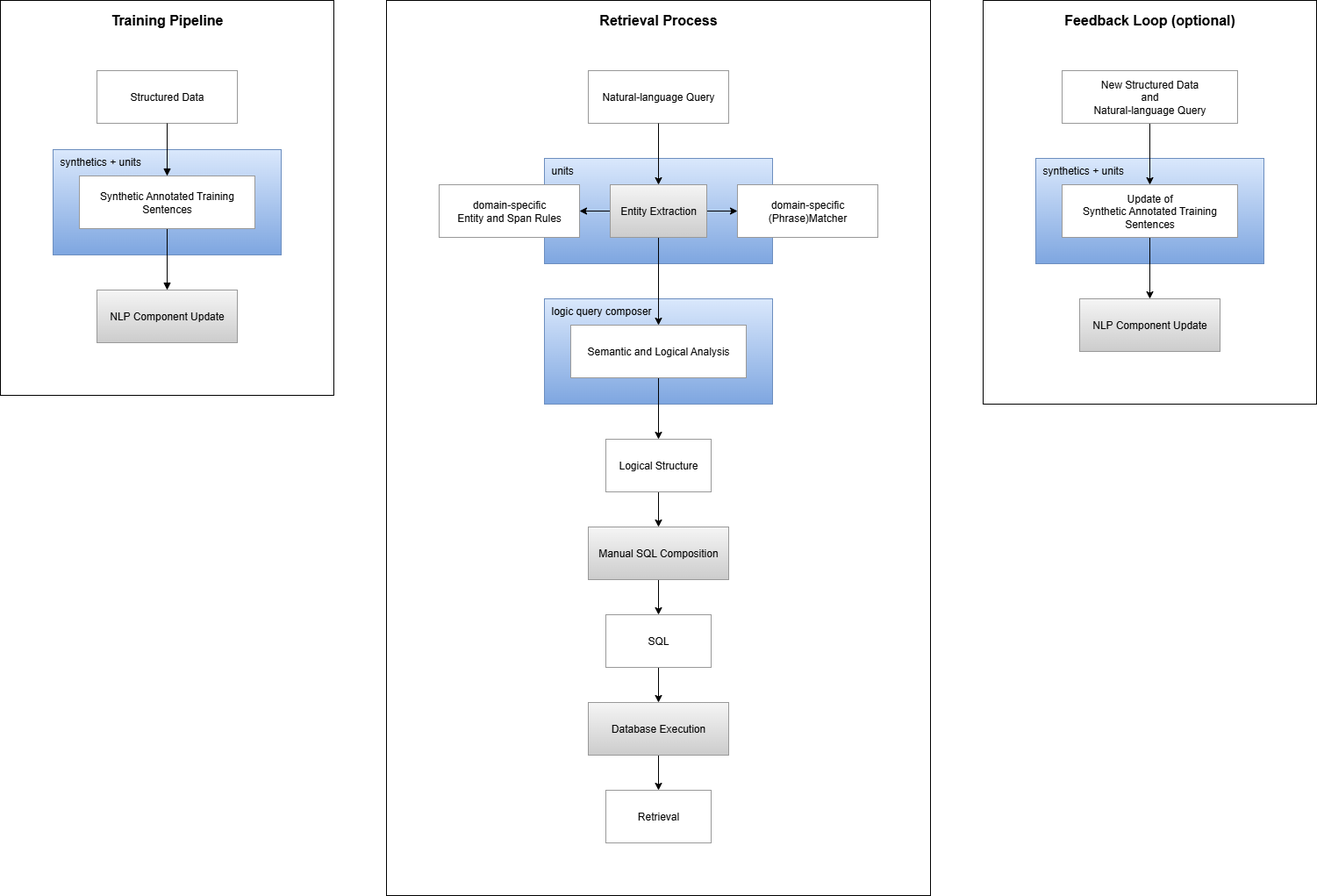
This is assets/retrieval-process.png from seanox/seanox-ai-nlp, a draw.io export, as it was before one commit. Source tidied: cells renumbered, new cells last; positions are measured from the earlier drawing's top-left corner, leaving out a move shared by most shapes.
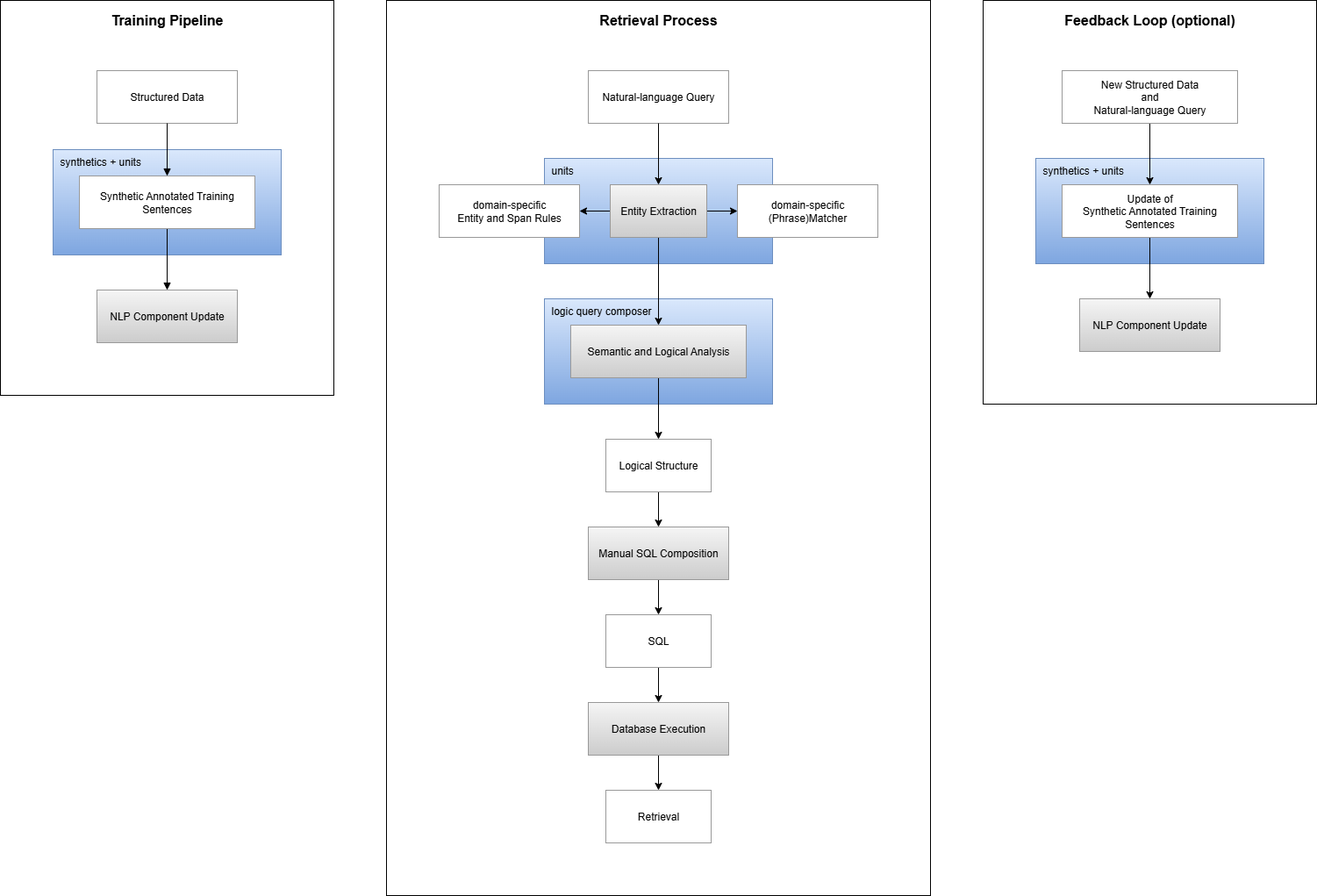
After the commit.

The edit, as a diff of the source:
```diff
@@ -95,7 +95,7 @@
     <mxCell id="32" style="edgeStyle=orthogonalEdgeStyle;rounded=0;jettySize=auto;html=1;fontFamily=Helvetica;fontSize=12;fontColor=default;" parent="1" edge="1" source="33" target="7">
       <mxGeometry relative="1" as="geometry" />
     </mxCell>
-    <mxCell id="33" value="Semantic and Logical Analysis" style="whiteSpace=wrap;strokeWidth=1;strokeColor=#999999;" parent="1" vertex="1">
+    <mxCell id="33" value="Semantic and Logical Analysis" style="whiteSpace=wrap;strokeWidth=1;strokeColor=#999999;fillColor=#f5f5f5;gradientColor=#CCCCCC;" parent="1" vertex="1">
       <mxGeometry x="650" y="370" width="200" height="60" as="geometry" />
     </mxCell>
     <mxCell id="34" value="Natural-language Query" style="whiteSpace=wrap;strokeWidth=1;glass=0;strokeColor=#999999;" parent="1" vertex="1">
```
